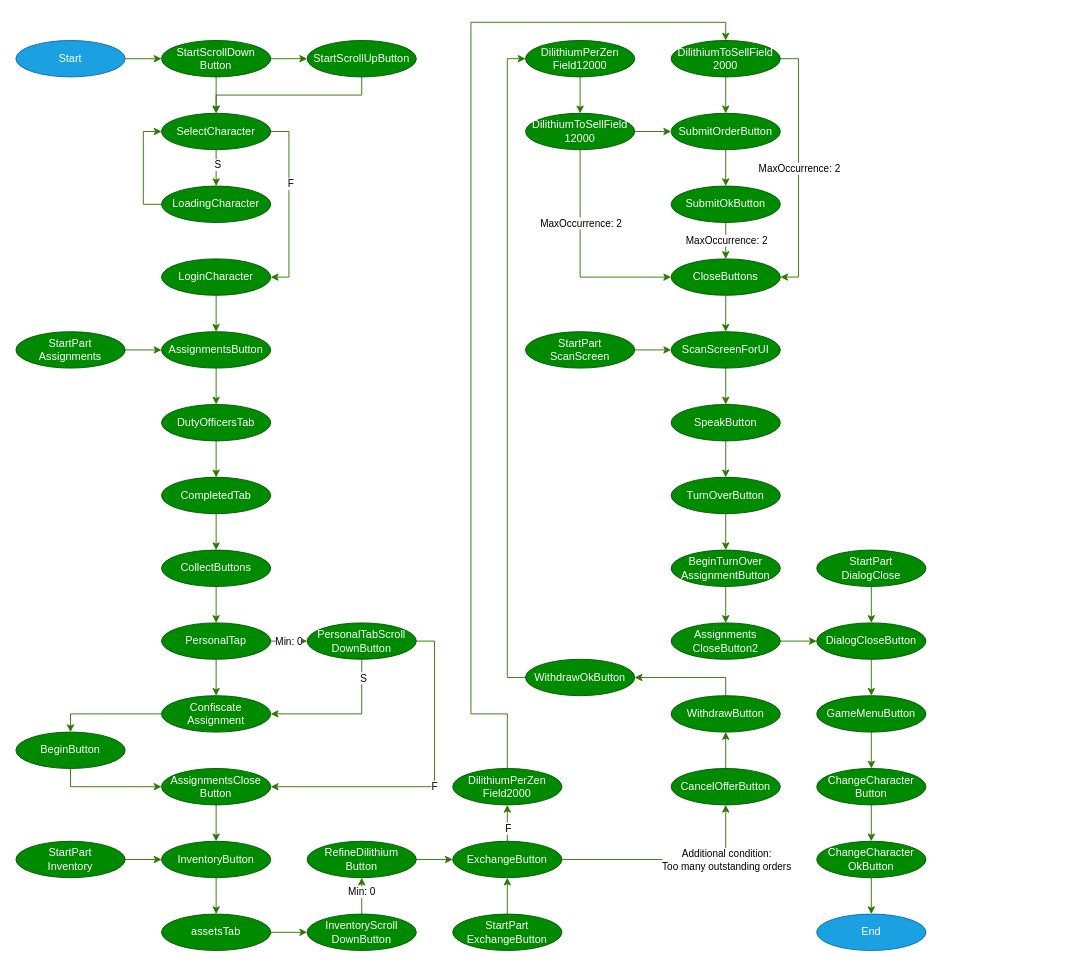
Tomaszon/AutoFarmer keeps this draw.io diagram as AutoFarmer.drawio. Above is the earlier version. Source tidied: cells renumbered, new cells numbered last; positions are measured from the earlier drawing's top-left corner, leaving out a move shared by most shapes. Both pictures are drawn from the tidied source at 91%, with x=0, y=0 at pixel (15, 22).
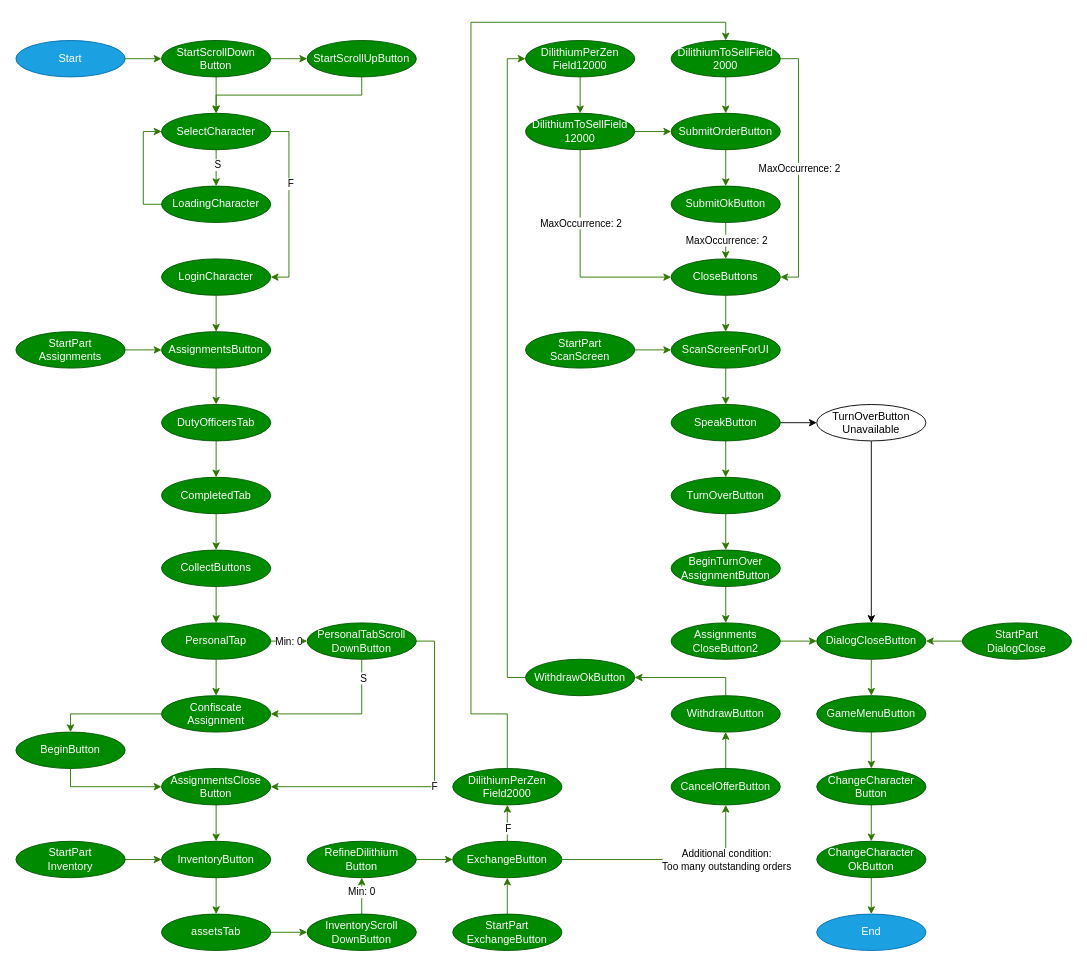
Above is the later version.

Unchanged cells that the change refers to:
```xml
<mxCell id="58" value="SpeakButton" style="ellipse;whiteSpace=wrap;html=1;fillColor=#008a00;strokeColor=#005700;fontColor=#ffffff;" parent="1" vertex="1">
  <mxGeometry x="720" y="420" width="120" height="40" as="geometry" />
</mxCell>
<mxCell id="66" value="DialogCloseButton" style="ellipse;whiteSpace=wrap;html=1;fillColor=#008a00;strokeColor=#005700;fontColor=#ffffff;" parent="1" vertex="1">
  <mxGeometry x="880" y="660" width="120" height="40" as="geometry" />
</mxCell>
```

Change to the diagram source:
```diff
@@
+    <mxCell id="108" style="edgeStyle=orthogonalEdgeStyle;rounded=0;jettySize=auto;html=1;" parent="1" edge="1" source="58" target="110">
+      <mxGeometry relative="1" as="geometry" />
+    </mxCell>
@@
+    <mxCell id="109" style="edgeStyle=orthogonalEdgeStyle;rounded=0;jettySize=auto;html=1;entryX=0.5;entryY=0;entryDx=0;entryDy=0;" parent="1" edge="1" source="110" target="66">
+      <mxGeometry relative="1" as="geometry" />
+    </mxCell>
+    <mxCell id="110" value="TurnOverButton&lt;br&gt;Unavailable" style="ellipse;whiteSpace=wrap;html=1;" parent="1" vertex="1">
+      <mxGeometry x="880" y="420" width="120" height="40" as="geometry" />
+    </mxCell>
@@
-    <mxCell id="102" style="edgeStyle=orthogonalEdgeStyle;rounded=0;jettySize=auto;html=1;exitX=0.5;exitY=1;exitDx=0;exitDy=0;entryX=0.5;entryY=0;entryDx=0;entryDy=0;fillColor=#60a917;strokeColor=#2D7600;" parent="1" edge="1" source="103" target="66">
+    <mxCell id="102" style="edgeStyle=orthogonalEdgeStyle;rounded=0;jettySize=auto;html=1;exitX=0;exitY=0.5;exitDx=0;exitDy=0;entryX=1;entryY=0.5;entryDx=0;entryDy=0;fillColor=#60a917;strokeColor=#2D7600;" parent="1" edge="1" source="103" target="66">
       <mxGeometry relative="1" as="geometry" />
     </mxCell>
     <mxCell id="103" value="StartPart&lt;br&gt;DialogClose" style="ellipse;whiteSpace=wrap;html=1;fillColor=#008a00;strokeColor=#005700;fontColor=#ffffff;" parent="1" vertex="1">
-      <mxGeometry x="880" y="580" width="120" height="40" as="geometry" />
+      <mxGeometry x="1040" y="660" width="120" height="40" as="geometry" />
     </mxCell>
```
